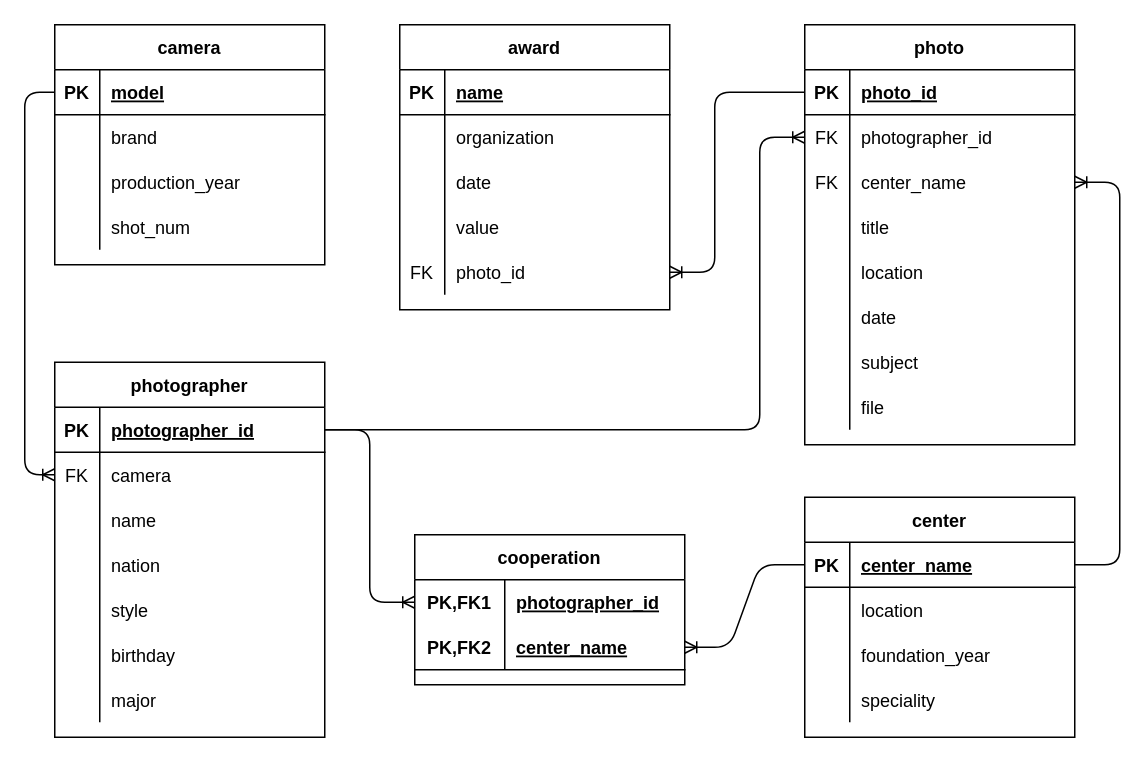
leylakrz/test keeps this draw.io diagram as Untitled Diagram.drawio. Above is the earlier version. Source tidied: cells renumbered, new cells numbered last; positions are measured from the earlier drawing's top-left corner, leaving out a move shared by most shapes. Both pictures are drawn from the tidied source at 150%, with x=0, y=0 at pixel (24, 24).
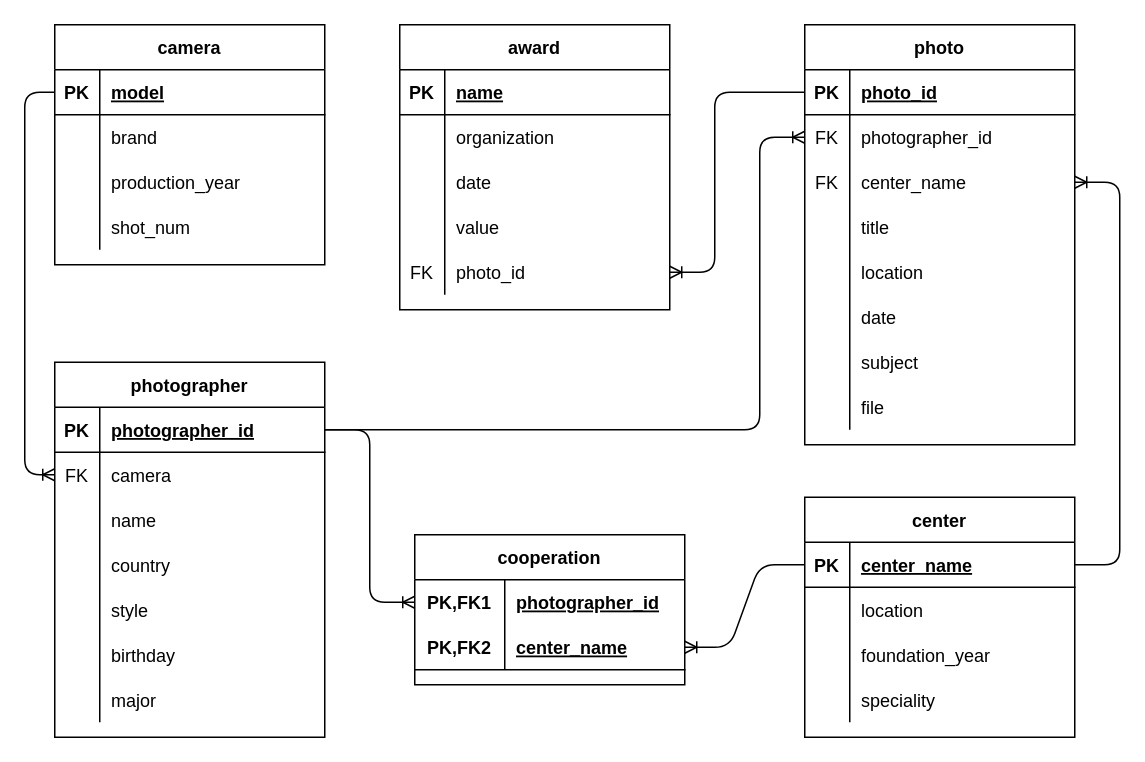
After the change.

The change refers to these unchanged cells:
```xml
<mxCell id="12" style="shape=partialRectangle;fillColor=none;top=0;left=0;bottom=0;right=0;" parent="2" vertex="1">
  <mxGeometry y="120" width="180" height="30" as="geometry" />
</mxCell>
```

The edit, as a diff of the source:
```diff
@@
-    <mxCell id="14" value="nation" style="shape=partialRectangle;fillColor=none;top=0;left=0;bottom=0;right=0;align=left;spacingLeft=6;overflow=hidden;" parent="12" vertex="1">
+    <mxCell id="14" value="country" style="shape=partialRectangle;fillColor=none;top=0;left=0;bottom=0;right=0;align=left;spacingLeft=6;overflow=hidden;" parent="12" vertex="1">
       <mxGeometry x="30" width="150" height="30" as="geometry" />
     </mxCell>
```
